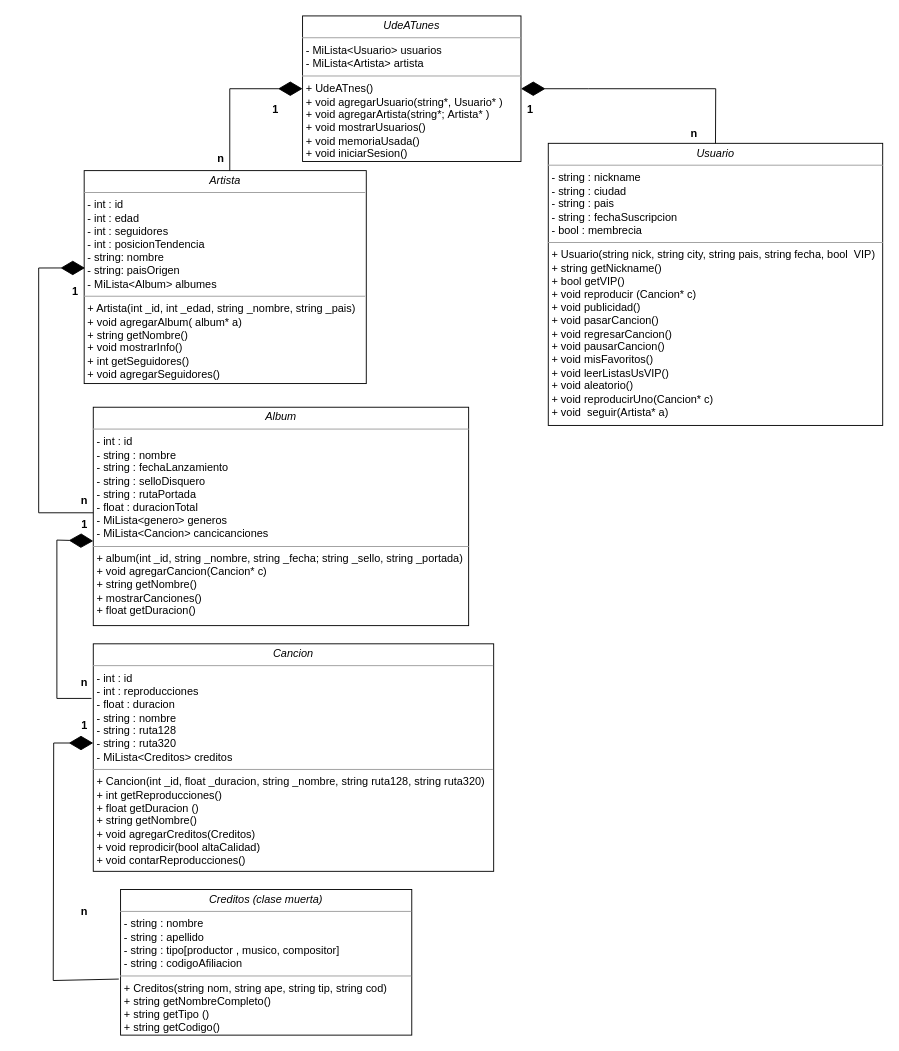
This is informe/Diagrama de clases UdeATunes.drawio from santigallon/UdeATunes, a draw.io file, before an edit. Source tidied: cells renumbered, new cells numbered last; positions are measured from the earlier drawing's top-left corner, leaving out a move shared by most shapes. Both pictures are drawn from the tidied source at 91%, with x=0, y=0 at pixel (38, 15).
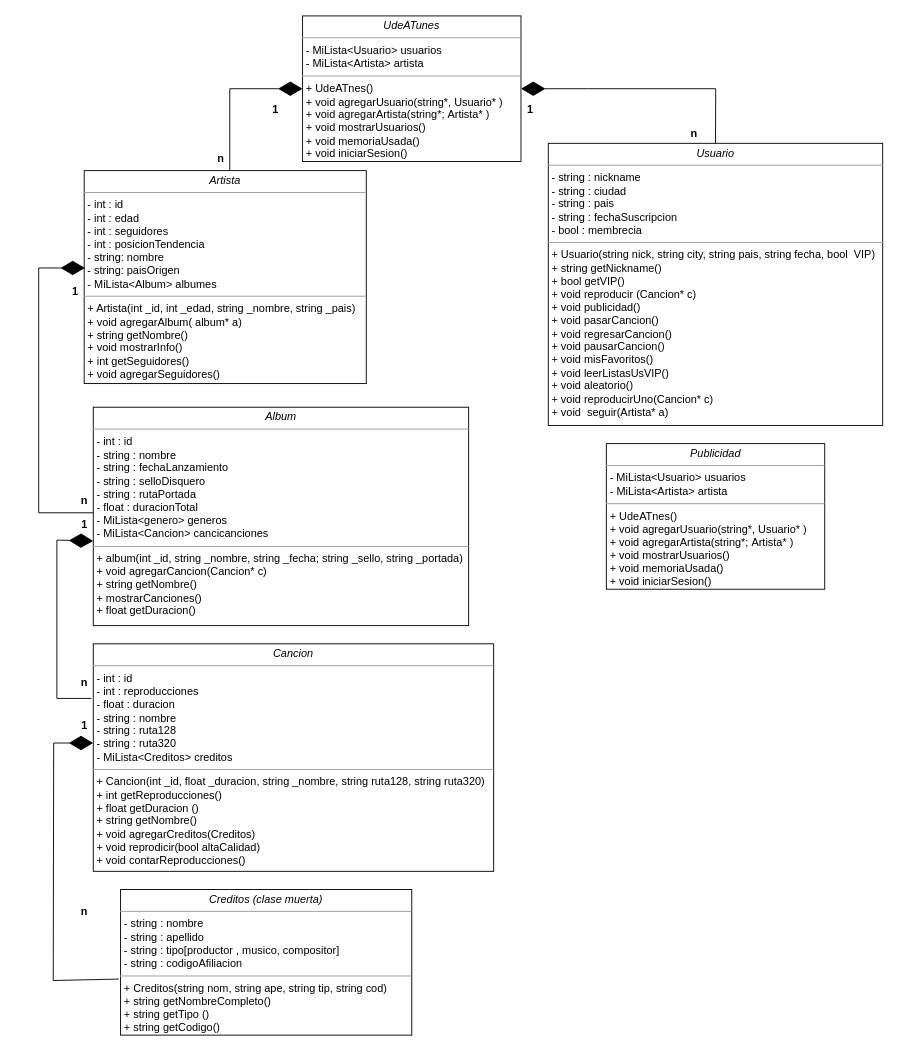
The same page after the edit.

What changed in the source:
```diff
@@
+    <mxCell id="23" value="&lt;p style=&quot;margin:0px;margin-top:4px;text-align:center;&quot;&gt;&lt;i&gt;Publicidad&lt;/i&gt;&lt;/p&gt;&lt;hr size=&quot;1&quot;&gt;&lt;p style=&quot;margin:0px;margin-left:4px;&quot;&gt;- MiLista&amp;lt;Usuario&amp;gt; usuarios&lt;/p&gt;&lt;p style=&quot;margin:0px;margin-left:4px;&quot;&gt;-&amp;nbsp;&lt;span style=&quot;background-color: transparent; color: light-dark(rgb(0, 0, 0), rgb(255, 255, 255));&quot;&gt;MiLista&amp;lt;Artista&amp;gt; artista&lt;/span&gt;&lt;/p&gt;&lt;hr size=&quot;1&quot;&gt;&lt;p style=&quot;margin:0px;margin-left:4px;&quot;&gt;+ UdeATnes()&lt;/p&gt;&lt;p style=&quot;margin:0px;margin-left:4px;&quot;&gt;+ void agregarUsuario(&lt;span style=&quot;background-color: transparent; color: light-dark(rgb(0, 0, 0), rgb(255, 255, 255));&quot;&gt;string*,&amp;nbsp;&lt;/span&gt;&lt;span style=&quot;background-color: transparent; color: light-dark(rgb(0, 0, 0), rgb(255, 255, 255));&quot;&gt;Usuario* )&lt;/span&gt;&lt;/p&gt;&lt;p style=&quot;margin:0px;margin-left:4px;&quot;&gt;+ void&amp;nbsp;&lt;span style=&quot;background-color: transparent; color: light-dark(rgb(0, 0, 0), rgb(255, 255, 255));&quot;&gt;agregarArtista(string*;&amp;nbsp;&lt;/span&gt;&lt;span style=&quot;background-color: transparent; color: light-dark(rgb(0, 0, 0), rgb(255, 255, 255));&quot;&gt;Artista*&lt;/span&gt;&lt;span style=&quot;background-color: transparent; color: light-dark(rgb(0, 0, 0), rgb(255, 255, 255));&quot;&gt;&amp;nbsp;)&lt;/span&gt;&lt;/p&gt;&lt;p style=&quot;margin:0px;margin-left:4px;&quot;&gt;&lt;span style=&quot;background-color: transparent; color: light-dark(rgb(0, 0, 0), rgb(255, 255, 255));&quot;&gt;+ void mostrarUsuarios()&lt;/span&gt;&lt;/p&gt;&lt;p style=&quot;margin:0px;margin-left:4px;&quot;&gt;&lt;span style=&quot;background-color: transparent; color: light-dark(rgb(0, 0, 0), rgb(255, 255, 255));&quot;&gt;+ void memoriaUsada()&lt;/span&gt;&lt;/p&gt;&lt;p style=&quot;margin:0px;margin-left:4px;&quot;&gt;&lt;span style=&quot;background-color: transparent; color: light-dark(rgb(0, 0, 0), rgb(255, 255, 255));&quot;&gt;+ void iniciarSesion()&lt;/span&gt;&lt;/p&gt;&lt;p style=&quot;margin:0px;margin-left:4px;&quot;&gt;&lt;span style=&quot;background-color: transparent; color: light-dark(rgb(0, 0, 0), rgb(255, 255, 255));&quot;&gt;&lt;br&gt;&lt;/span&gt;&lt;/p&gt;" style="verticalAlign=top;align=left;overflow=fill;fontSize=12;fontFamily=Helvetica;html=1;rounded=0;shadow=0;comic=0;labelBackgroundColor=none;strokeWidth=1;" parent="1" vertex="1">
+      <mxGeometry x="623.8" y="470" width="240" height="160" as="geometry" />
+    </mxCell>
```
